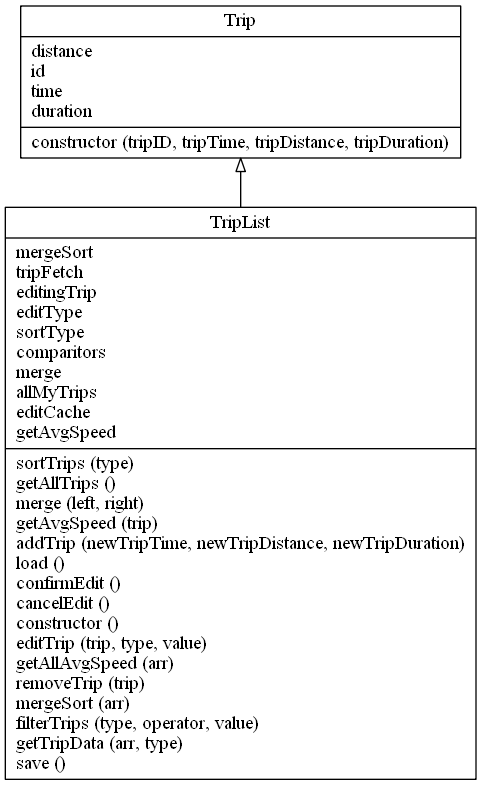
The Graphviz diagram output/classes.dot.png in ChironEvans/de321-Assignment2-2020, before a commit. Its source is kept beside it as output/classes.dot. Its diagram source:
```dot
digraph "classes_test" {
charset="utf-8"
rankdir=BT
"0" [label="{Trip|distance\lid\ltime\lduration\l|constructor (tripID, tripTime, tripDistance, tripDuration)\l}", shape="record"];
"1" [label="{TripList|mergeSort\ltripFetch\leditingTrip\leditType\lsortType\lcomparitors\lmerge\lallMyTrips\leditCache\lgetAvgSpeed\l|sortTrips (type)\lgetAllTrips ()\lmerge (left, right)\lgetAvgSpeed (trip)\laddTrip (newTripTime, newTripDistance, newTripDuration)\lload ()\lconfirmEdit ()\lcancelEdit ()\lconstructor ()\leditTrip (trip, type, value)\lgetAllAvgSpeed (arr)\lremoveTrip (trip)\lmergeSort (arr)\lfilterTrips (type, operator, value)\lgetTripData (arr, type)\lsave ()\l}", shape="record"];
"1" -> "0" [arrowhead="empty", arrowtail="none"];
}
```
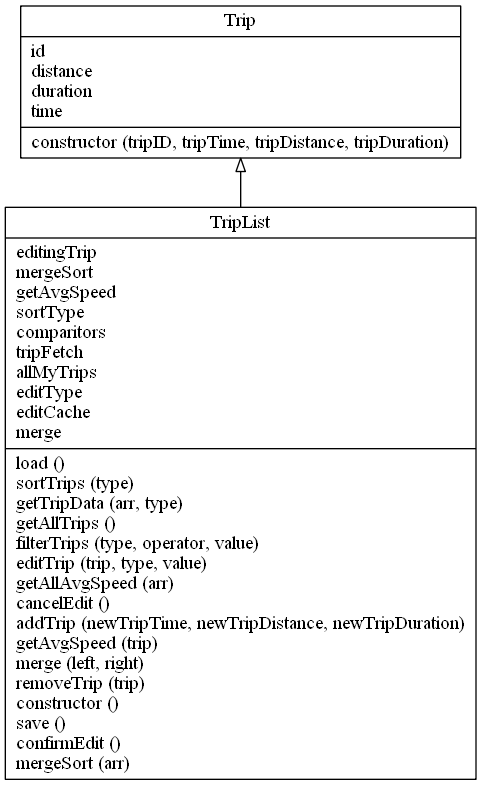
After the change.

Diff of the diagram source:
```diff
@@ -1,7 +1,7 @@
 digraph "classes_test" {
 charset="utf-8"
 rankdir=BT
-"0" [label="{Trip|distance\lid\ltime\lduration\l|constructor (tripID, tripTime, tripDistance, tripDuration)\l}", shape="record"];
-"1" [label="{TripList|mergeSort\ltripFetch\leditingTrip\leditType\lsortType\lcomparitors\lmerge\lallMyTrips\leditCache\lgetAvgSpeed\l|sortTrips (type)\lgetAllTrips ()\lmerge (left, right)\lgetAvgSpeed (trip)\laddTrip (newTripTime, newTripDistance, newTripDuration)\lload ()\lconfirmEdit ()\lcancelEdit ()\lconstructor ()\leditTrip (trip, type, value)\lgetAllAvgSpeed (arr)\lremoveTrip (trip)\lmergeSort (arr)\lfilterTrips (type, operator, value)\lgetTripData (arr, type)\lsave ()\l}", shape="record"];
+"0" [label="{Trip|id\ldistance\lduration\ltime\l|constructor (tripID, tripTime, tripDistance, tripDuration)\l}", shape="record"];
+"1" [label="{TripList|editingTrip\lmergeSort\lgetAvgSpeed\lsortType\lcomparitors\ltripFetch\lallMyTrips\leditType\leditCache\lmerge\l|load ()\lsortTrips (type)\lgetTripData (arr, type)\lgetAllTrips ()\lfilterTrips (type, operator, value)\leditTrip (trip, type, value)\lgetAllAvgSpeed (arr)\lcancelEdit ()\laddTrip (newTripTime, newTripDistance, newTripDuration)\lgetAvgSpeed (trip)\lmerge (left, right)\lremoveTrip (trip)\lconstructor ()\lsave ()\lconfirmEdit ()\lmergeSort (arr)\l}", shape="record"];
 "1" -> "0" [arrowhead="empty", arrowtail="none"];
 }
```
